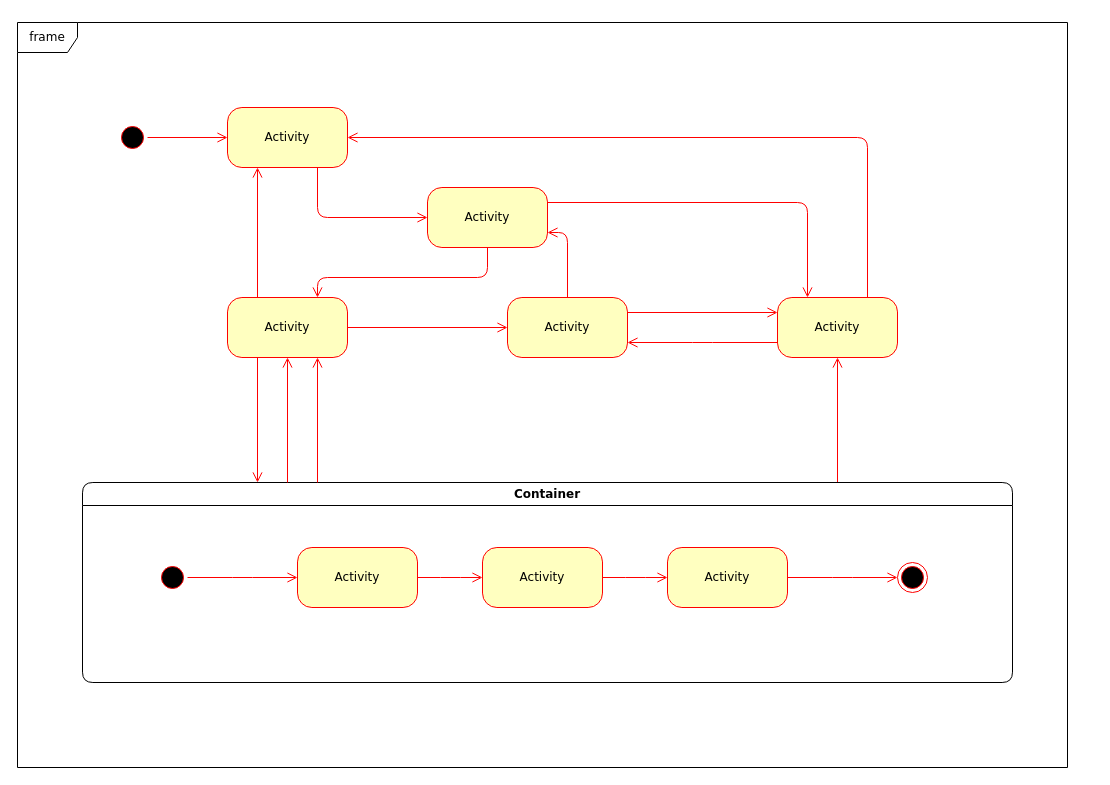
Earlier version of the draw.io diagram 未命名绘图.drawio (cyberbox2001/diagrams). Source tidied: cells renumbered, new cells numbered last; positions are measured from the earlier drawing's top-left corner, leaving out a move shared by most shapes. Both pictures are drawn from the tidied source at 100%, with x=0, y=0 at pixel (17, 22).
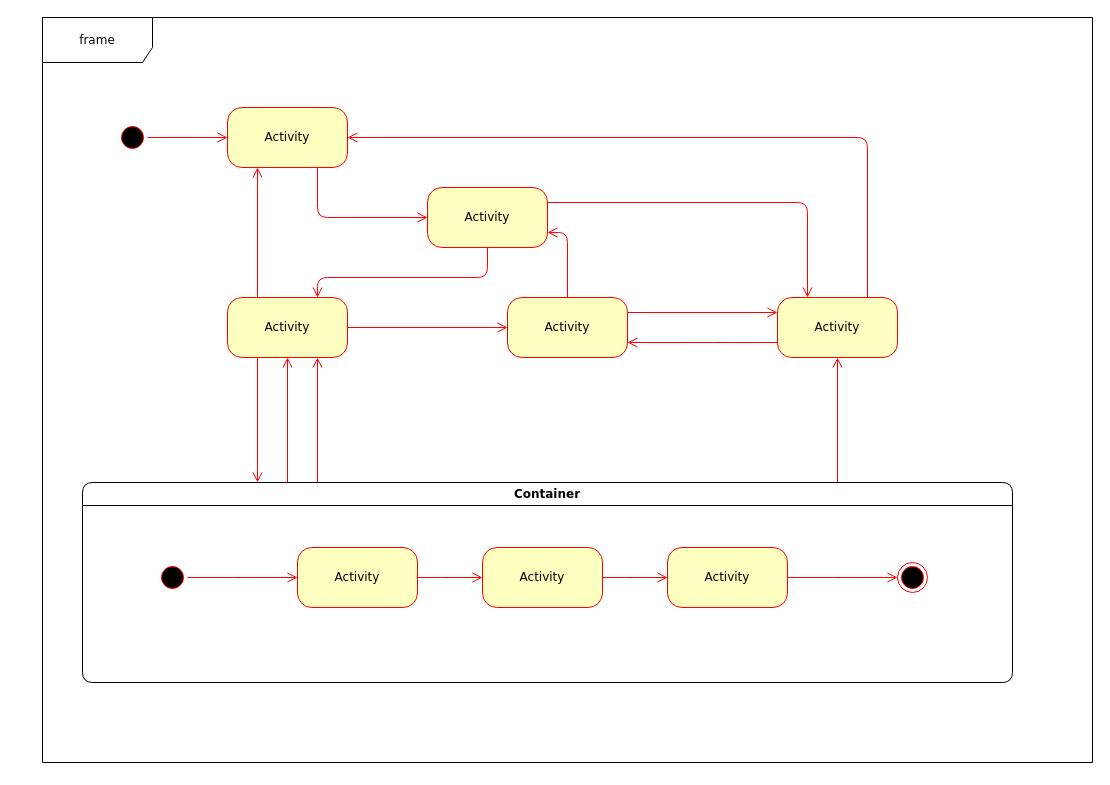
The same diagram, later.

Commit message:
更新未命名绘图.drawio

Diff of the diagram source:
```diff
@@
-    <mxCell id="22" value="frame" style="shape=umlFrame;whiteSpace=wrap;html=1;rounded=1;shadow=0;comic=0;labelBackgroundColor=none;strokeWidth=1;fontFamily=Verdana;fontSize=12;align=center;" parent="1" vertex="1">
-      <mxGeometry width="1050" height="745" as="geometry" />
+    <mxCell id="22" value="frame" style="shape=umlFrame;whiteSpace=wrap;html=1;rounded=1;shadow=0;comic=0;labelBackgroundColor=none;strokeWidth=1;fontFamily=Verdana;fontSize=12;align=center;width=110;height=45;" parent="1" vertex="1">
+      <mxGeometry x="25" y="-5" width="1050" height="745" as="geometry" />
     </mxCell>
```
